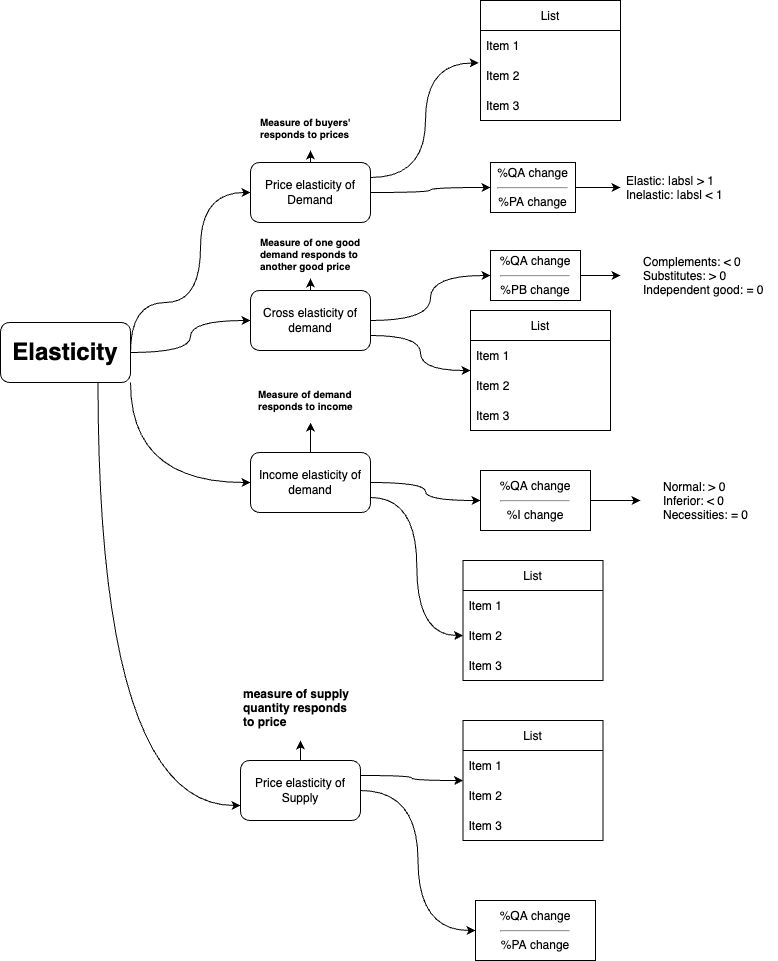
Linglei1226/Data_Science keeps this draw.io diagram as Elasticity.png. Above is the earlier version. Source tidied: cells renumbered, new cells last; positions are measured from the earlier drawing's top-left corner, leaving out a move shared by most shapes.
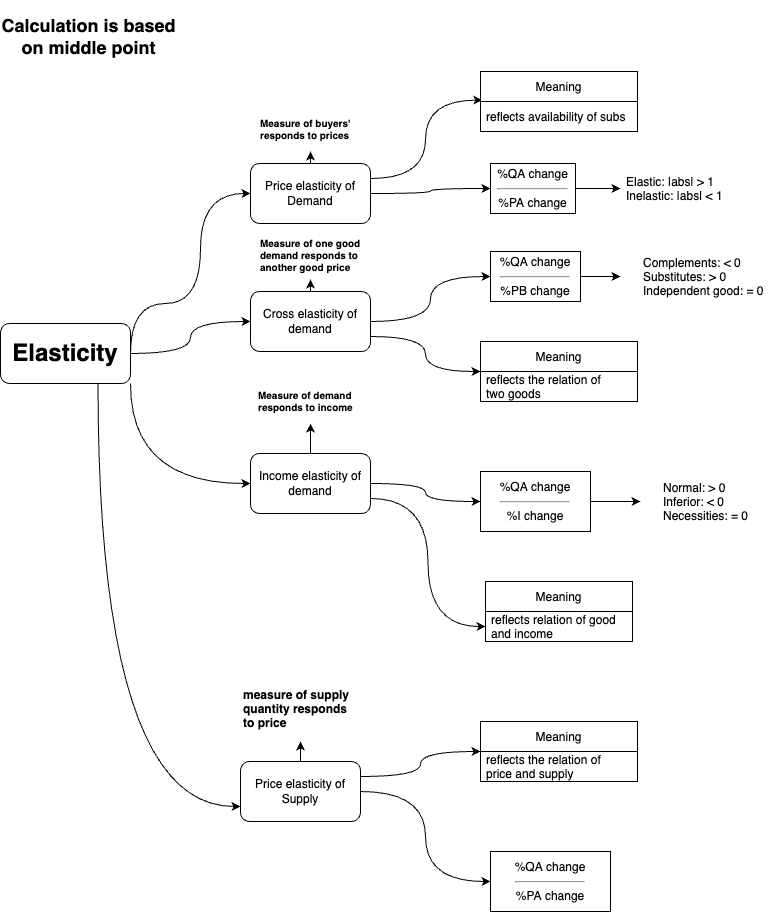
The same file after the commit.

Diff of the diagram source:
```diff
@@ -26,12 +26,12 @@
     <mxCell id="7" style="edgeStyle=orthogonalEdgeStyle;curved=1;rounded=0;jettySize=auto;html=1;exitX=1;exitY=0.5;exitDx=0;exitDy=0;entryX=0;entryY=0.5;entryDx=0;entryDy=0;elbow=vertical;" parent="1" edge="1" source="10" target="24">
       <mxGeometry relative="1" as="geometry" />
     </mxCell>
-    <mxCell id="8" style="edgeStyle=orthogonalEdgeStyle;curved=1;rounded=0;jettySize=auto;html=1;exitX=1;exitY=0.25;exitDx=0;exitDy=0;entryX=-0.013;entryY=0.083;entryDx=0;entryDy=0;entryPerimeter=0;elbow=vertical;" parent="1" edge="1" source="10" target="36">
-      <mxGeometry relative="1" as="geometry" />
-    </mxCell>
     <mxCell id="9" style="edgeStyle=orthogonalEdgeStyle;curved=1;rounded=0;jettySize=auto;html=1;exitX=0.5;exitY=0;exitDx=0;exitDy=0;elbow=vertical;" parent="1" edge="1" source="10" target="46">
       <mxGeometry relative="1" as="geometry" />
     </mxCell>
+    <mxCell id="53" style="edgeStyle=orthogonalEdgeStyle;curved=1;rounded=0;jettySize=auto;html=1;exitX=1;exitY=0.25;exitDx=0;exitDy=0;entryX=0.012;entryY=-0.045;entryDx=0;entryDy=0;entryPerimeter=0;elbow=vertical;" parent="1" edge="1" source="10" target="35">
+      <mxGeometry relative="1" as="geometry" />
+    </mxCell>
     <mxCell id="10" value="Price elasticity of Demand" style="rounded=1;whiteSpace=wrap;html=1;" parent="1" vertex="1">
       <mxGeometry x="250" y="162" width="120" height="60" as="geometry" />
     </mxCell>
@@ -47,15 +47,15 @@
     <mxCell id="14" value="Cross elasticity of demand" style="whiteSpace=wrap;html=1;rounded=1;" parent="1" vertex="1">
       <mxGeometry x="250" y="290" width="120" height="60" as="geometry" />
     </mxCell>
-    <mxCell id="15" style="edgeStyle=orthogonalEdgeStyle;curved=1;rounded=0;jettySize=auto;html=1;exitX=1;exitY=0.75;exitDx=0;exitDy=0;entryX=0;entryY=0.5;entryDx=0;entryDy=0;elbow=vertical;" parent="1" edge="1" source="18" target="44">
-      <mxGeometry relative="1" as="geometry" />
-    </mxCell>
     <mxCell id="16" style="edgeStyle=orthogonalEdgeStyle;curved=1;rounded=0;jettySize=auto;html=1;exitX=1;exitY=0.5;exitDx=0;exitDy=0;entryX=0;entryY=0.5;entryDx=0;entryDy=0;elbow=vertical;" parent="1" edge="1" source="18" target="28">
       <mxGeometry relative="1" as="geometry" />
     </mxCell>
     <mxCell id="17" style="edgeStyle=orthogonalEdgeStyle;curved=1;rounded=0;jettySize=auto;html=1;exitX=0.5;exitY=0;exitDx=0;exitDy=0;elbow=vertical;" parent="1" edge="1" source="18" target="48">
       <mxGeometry relative="1" as="geometry" />
     </mxCell>
+    <mxCell id="54" style="edgeStyle=orthogonalEdgeStyle;curved=1;rounded=0;jettySize=auto;html=1;exitX=1;exitY=0.75;exitDx=0;exitDy=0;entryX=0;entryY=0.5;entryDx=0;entryDy=0;elbow=vertical;" parent="1" edge="1" source="18" target="43">
+      <mxGeometry relative="1" as="geometry" />
+    </mxCell>
     <mxCell id="18" value="Income elasticity of demand" style="rounded=1;whiteSpace=wrap;html=1;" parent="1" vertex="1">
       <mxGeometry x="250" y="452" width="120" height="60" as="geometry" />
     </mxCell>
@@ -94,56 +94,32 @@
       <mxGeometry x="480" y="470" width="110" height="60" as="geometry" />
     </mxCell>
     <mxCell id="29" value="%QA change&lt;hr&gt;%PA change" style="rounded=0;whiteSpace=wrap;html=1;" parent="1" vertex="1">
-      <mxGeometry x="475" y="900" width="120" height="60" as="geometry" />
+      <mxGeometry x="490" y="850" width="120" height="60" as="geometry" />
     </mxCell>
-    <mxCell id="30" value="List" style="swimlane;fontStyle=0;horizontal=1;startSize=30;" parent="1" vertex="1">
-      <mxGeometry x="470" y="310" width="140" height="120" as="geometry" />
+    <mxCell id="30" value="Meaning" style="swimlane;fontStyle=0;horizontal=1;startSize=30;" parent="1" vertex="1">
+      <mxGeometry x="480" y="340" width="157" height="60" as="geometry" />
     </mxCell>
-    <mxCell id="31" value="Item 1" style="text;strokeColor=none;fillColor=none;align=left;verticalAlign=middle;spacingLeft=4;spacingRight=4;overflow=hidden;" parent="30" vertex="1">
-      <mxGeometry y="30" width="140" height="30" as="geometry" />
+    <mxCell id="31" value="reflects the relation of &#10;two goods" style="text;strokeColor=none;fillColor=none;align=left;verticalAlign=middle;spacingLeft=4;spacingRight=4;overflow=hidden;" parent="30" vertex="1">
+      <mxGeometry y="30" width="157" height="30" as="geometry" />
     </mxCell>
-    <mxCell id="32" value="Item 2" style="text;strokeColor=none;fillColor=none;align=left;verticalAlign=middle;spacingLeft=4;spacingRight=4;overflow=hidden;" parent="30" vertex="1">
-      <mxGeometry y="60" width="140" height="30" as="geometry" />
-    </mxCell>
-    <mxCell id="33" value="Item 3" style="text;strokeColor=none;fillColor=none;align=left;verticalAlign=middle;spacingLeft=4;spacingRight=4;overflow=hidden;" parent="30" vertex="1">
-      <mxGeometry y="90" width="140" height="30" as="geometry" />
-    </mxCell>
-    <mxCell id="34" value="List" style="swimlane;fontStyle=0;horizontal=1;startSize=30;" parent="1" vertex="1">
-      <mxGeometry x="480" width="140" height="120" as="geometry" />
+    <mxCell id="34" value="Meaning" style="swimlane;fontStyle=0;horizontal=1;startSize=30;" parent="1" vertex="1">
+      <mxGeometry x="480" y="70" width="157" height="60" as="geometry" />
     </mxCell>
-    <mxCell id="35" value="Item 1" style="text;strokeColor=none;fillColor=none;align=left;verticalAlign=middle;spacingLeft=4;spacingRight=4;overflow=hidden;points=[[0,0.5],[1,0.5]];portConstraint=eastwest;" parent="34" vertex="1">
-      <mxGeometry y="30" width="140" height="30" as="geometry" />
+    <mxCell id="35" value="reflects availability of subs" style="text;strokeColor=none;fillColor=none;align=left;verticalAlign=middle;spacingLeft=4;spacingRight=4;overflow=hidden;points=[[0,0.5],[1,0.5]];portConstraint=eastwest;" parent="34" vertex="1">
+      <mxGeometry y="30" width="157" height="30" as="geometry" />
     </mxCell>
-    <mxCell id="36" value="Item 2" style="text;strokeColor=none;fillColor=none;align=left;verticalAlign=middle;spacingLeft=4;spacingRight=4;overflow=hidden;points=[[0,0.5],[1,0.5]];portConstraint=eastwest;" parent="34" vertex="1">
-      <mxGeometry y="60" width="140" height="30" as="geometry" />
-    </mxCell>
-    <mxCell id="37" value="Item 3" style="text;strokeColor=none;fillColor=none;align=left;verticalAlign=middle;spacingLeft=4;spacingRight=4;overflow=hidden;" parent="34" vertex="1">
-      <mxGeometry y="90" width="140" height="30" as="geometry" />
-    </mxCell>
-    <mxCell id="38" value="List" style="swimlane;fontStyle=0;horizontal=1;startSize=30;" parent="1" vertex="1">
-      <mxGeometry x="462.5" y="720" width="140" height="120" as="geometry" />
+    <mxCell id="38" value="Meaning" style="swimlane;fontStyle=0;horizontal=1;startSize=30;" parent="1" vertex="1">
+      <mxGeometry x="480" y="720" width="157" height="60" as="geometry" />
     </mxCell>
-    <mxCell id="39" value="Item 1" style="text;strokeColor=none;fillColor=none;align=left;verticalAlign=middle;spacingLeft=4;spacingRight=4;overflow=hidden;" parent="38" vertex="1">
-      <mxGeometry y="30" width="140" height="30" as="geometry" />
+    <mxCell id="39" value="reflects the relation of &#10;price and supply" style="text;strokeColor=none;fillColor=none;align=left;verticalAlign=middle;spacingLeft=4;spacingRight=4;overflow=hidden;" parent="38" vertex="1">
+      <mxGeometry y="30" width="157" height="30" as="geometry" />
     </mxCell>
-    <mxCell id="40" value="Item 2" style="text;strokeColor=none;fillColor=none;align=left;verticalAlign=middle;spacingLeft=4;spacingRight=4;overflow=hidden;" parent="38" vertex="1">
-      <mxGeometry y="60" width="140" height="30" as="geometry" />
-    </mxCell>
-    <mxCell id="41" value="Item 3" style="text;strokeColor=none;fillColor=none;align=left;verticalAlign=middle;spacingLeft=4;spacingRight=4;overflow=hidden;" parent="38" vertex="1">
-      <mxGeometry y="90" width="140" height="30" as="geometry" />
-    </mxCell>
-    <mxCell id="42" value="List" style="swimlane;fontStyle=0;horizontal=1;startSize=30;" parent="1" vertex="1">
-      <mxGeometry x="462.5" y="560" width="140" height="120" as="geometry" />
+    <mxCell id="42" value="Meaning" style="swimlane;fontStyle=0;horizontal=1;startSize=30;" parent="1" vertex="1">
+      <mxGeometry x="485" y="580" width="147" height="60" as="geometry" />
     </mxCell>
-    <mxCell id="43" value="Item 1" style="text;strokeColor=none;fillColor=none;align=left;verticalAlign=middle;spacingLeft=4;spacingRight=4;overflow=hidden;points=[[0,0.5],[1,0.5]];portConstraint=eastwest;" parent="42" vertex="1">
-      <mxGeometry y="30" width="140" height="30" as="geometry" />
+    <mxCell id="43" value="reflects relation of good &#10;and income" style="text;strokeColor=none;fillColor=none;align=left;verticalAlign=middle;spacingLeft=4;spacingRight=4;overflow=hidden;points=[[0,0.5],[1,0.5]];portConstraint=eastwest;" parent="42" vertex="1">
+      <mxGeometry y="30" width="147" height="30" as="geometry" />
     </mxCell>
-    <mxCell id="44" value="Item 2" style="text;strokeColor=none;fillColor=none;align=left;verticalAlign=middle;spacingLeft=4;spacingRight=4;overflow=hidden;points=[[0,0.5],[1,0.5]];portConstraint=eastwest;" parent="42" vertex="1">
-      <mxGeometry y="60" width="140" height="30" as="geometry" />
-    </mxCell>
-    <mxCell id="45" value="Item 3" style="text;strokeColor=none;fillColor=none;align=left;verticalAlign=middle;spacingLeft=4;spacingRight=4;overflow=hidden;" parent="42" vertex="1">
-      <mxGeometry y="90" width="140" height="30" as="geometry" />
-    </mxCell>
     <mxCell id="46" value="&lt;h5&gt;Measure of buyers' responds to prices&lt;/h5&gt;" style="text;html=1;strokeColor=none;fillColor=none;spacing=5;spacingTop=-20;whiteSpace=wrap;overflow=hidden;rounded=0;" parent="1" vertex="1">
       <mxGeometry x="255" y="110" width="110" height="40" as="geometry" />
     </mxCell>
@@ -165,5 +141,8 @@
     <mxCell id="52" value="Normal: &gt; 0&#10;Inferior: &lt; 0&#10;Necessities: = 0" style="text;strokeColor=none;fillColor=none;align=left;verticalAlign=middle;spacingLeft=4;spacingRight=4;overflow=hidden;" parent="1" vertex="1">
       <mxGeometry x="657" y="477.5" width="100" height="45" as="geometry" />
     </mxCell>
+    <mxCell id="55" value="&lt;h2&gt;Calculation is based on middle point&lt;/h2&gt;" style="text;html=1;strokeColor=none;fillColor=none;align=center;verticalAlign=middle;whiteSpace=wrap;rounded=0;" parent="1" vertex="1">
+      <mxGeometry width="177" height="70" as="geometry" />
+    </mxCell>
   </root>
 </mxGraphModel>
```
